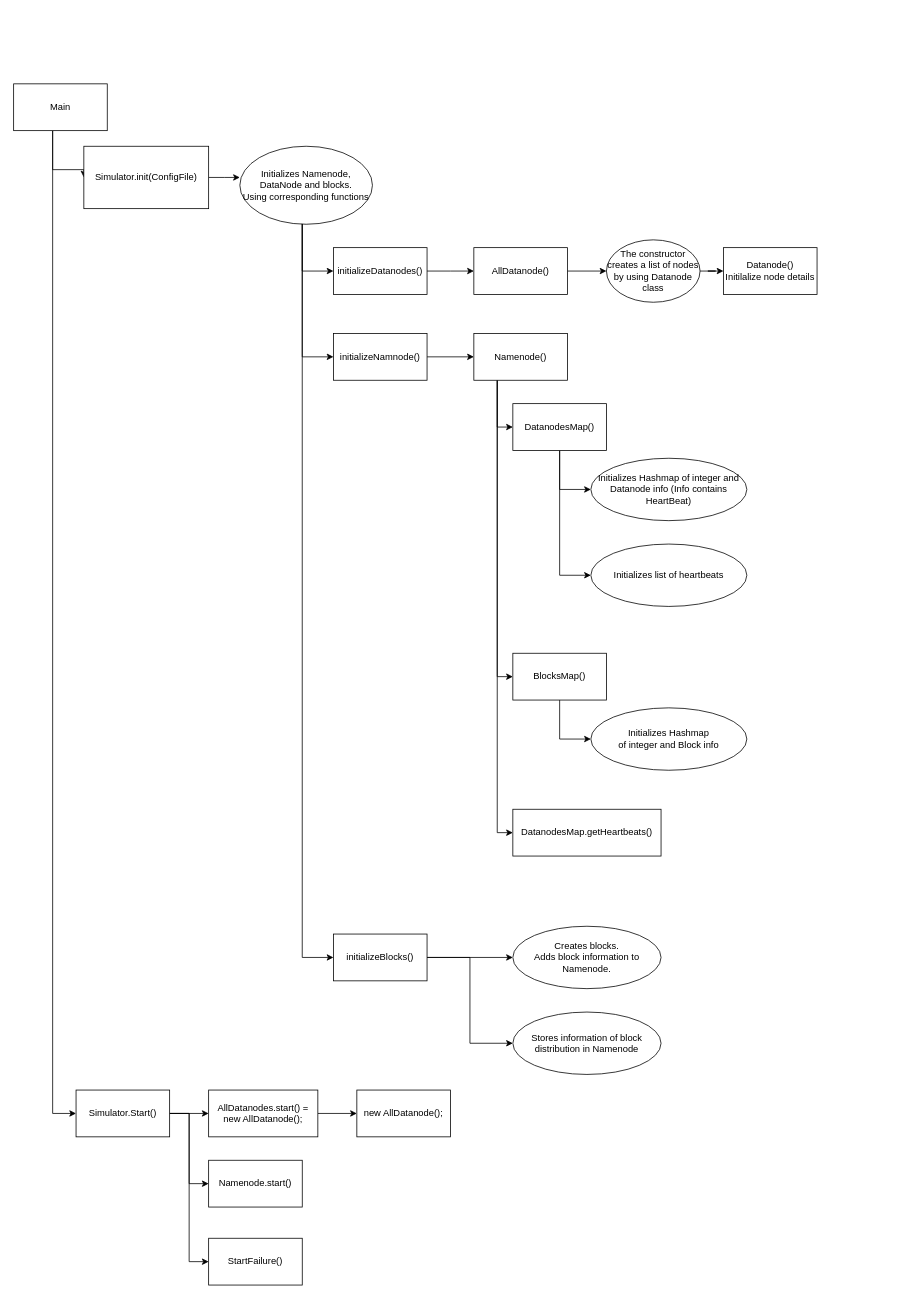
The draw.io diagram HDFS-Diagram.drawio in Gituser143/HDFS-Sim, before the edit. Source tidied: cells renumbered, new cells numbered last; positions are measured from the earlier drawing's top-left corner, leaving out a move shared by most shapes. Both pictures are drawn from the tidied source at 78%, with x=0, y=0 at pixel (13, 83).
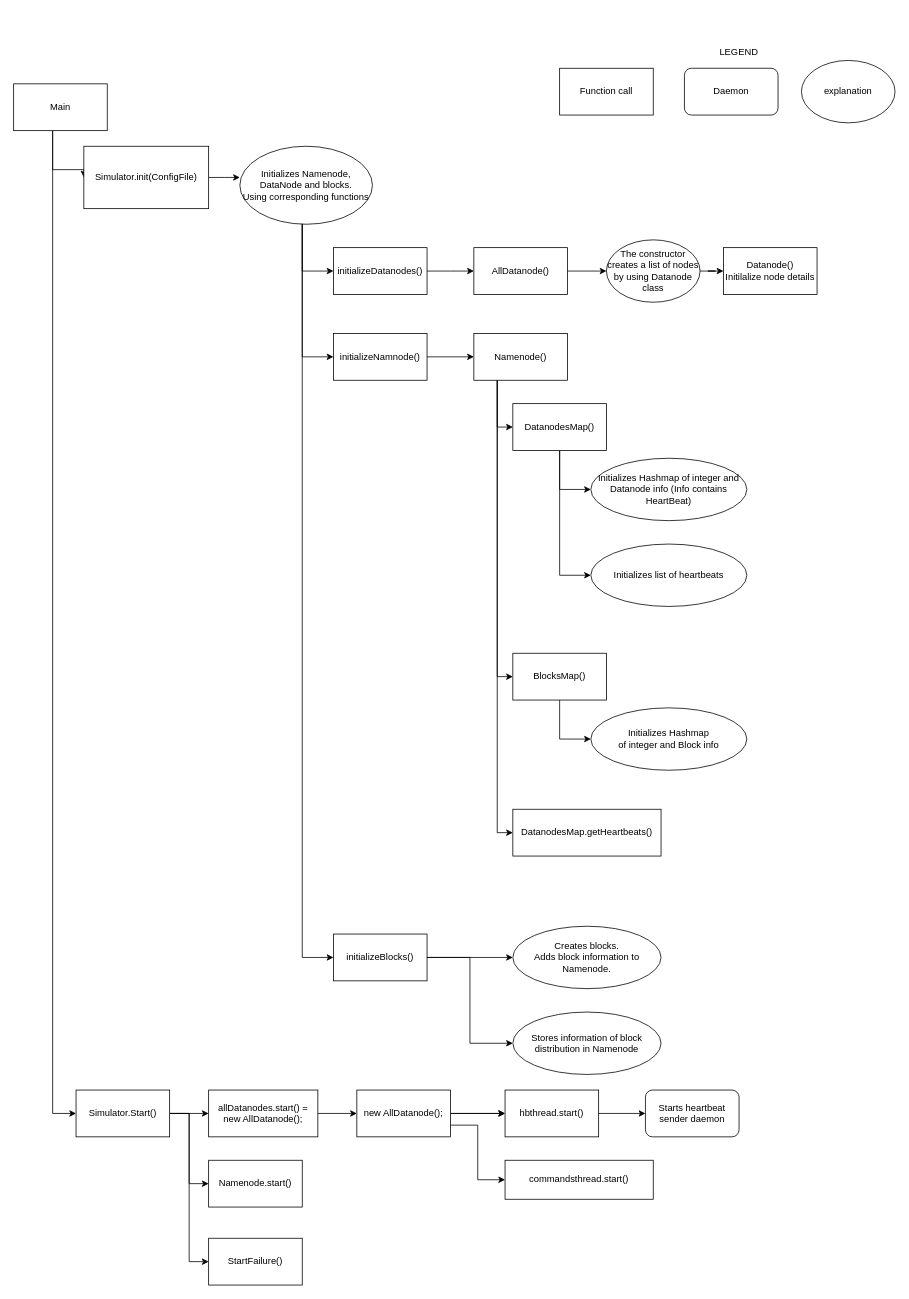
The same diagram, later.

Commit message:
Added hbthread,commandthread,etc

The change refers to these unchanged cells:
```xml
<mxCell id="13" value="new AllDatanode();" style="rounded=0;whiteSpace=wrap;html=1;" parent="1" vertex="1">
  <mxGeometry x="440" y="1290" width="120" height="60" as="geometry" />
</mxCell>
```

Change to the diagram source:
```diff
@@
-    <mxCell id="10" value="AllDatanodes.start() = new AllDatanode();" style="rounded=0;whiteSpace=wrap;html=1;" parent="1" vertex="1">
+    <mxCell id="10" value="allDatanodes.start() = new AllDatanode();" style="rounded=0;whiteSpace=wrap;html=1;" parent="1" vertex="1">
       <mxGeometry x="250" y="1290" width="140" height="60" as="geometry" />
     </mxCell>
@@
+    <mxCell id="47" style="edgeStyle=orthogonalEdgeStyle;rounded=0;jettySize=auto;html=1;exitX=1;exitY=0.5;exitDx=0;exitDy=0;" parent="1" edge="1" source="13" target="51">
+      <mxGeometry relative="1" as="geometry" />
+    </mxCell>
+    <mxCell id="48" style="edgeStyle=orthogonalEdgeStyle;rounded=0;jettySize=auto;html=1;" parent="1" edge="1" source="13" target="51">
+      <mxGeometry relative="1" as="geometry" />
+    </mxCell>
+    <mxCell id="49" style="edgeStyle=orthogonalEdgeStyle;rounded=0;jettySize=auto;html=1;exitX=1;exitY=0.75;exitDx=0;exitDy=0;entryX=0;entryY=0.5;entryDx=0;entryDy=0;" parent="1" edge="1" source="13" target="52">
+      <mxGeometry relative="1" as="geometry" />
+    </mxCell>
@@
+    <mxCell id="50" style="edgeStyle=orthogonalEdgeStyle;rounded=0;jettySize=auto;html=1;" parent="1" edge="1" source="51" target="53">
+      <mxGeometry relative="1" as="geometry" />
+    </mxCell>
+    <mxCell id="51" value="hbthread.start()" style="rounded=0;whiteSpace=wrap;html=1;" parent="1" vertex="1">
+      <mxGeometry x="630" y="1290" width="120" height="60" as="geometry" />
+    </mxCell>
+    <mxCell id="52" value="commandsthread.start()" style="rounded=0;whiteSpace=wrap;html=1;" parent="1" vertex="1">
+      <mxGeometry x="630" y="1380" width="190" height="50" as="geometry" />
+    </mxCell>
+    <mxCell id="53" value="Starts heartbeat sender daemon" style="rounded=1;whiteSpace=wrap;html=1;" parent="1" vertex="1">
+      <mxGeometry x="810" y="1290" width="120" height="60" as="geometry" />
+    </mxCell>
+    <mxCell id="54" value="Function call" style="rounded=0;whiteSpace=wrap;html=1;" parent="1" vertex="1">
+      <mxGeometry x="700" y="-20" width="120" height="60" as="geometry" />
+    </mxCell>
+    <mxCell id="55" value="Daemon" style="rounded=1;whiteSpace=wrap;html=1;" parent="1" vertex="1">
+      <mxGeometry x="860" y="-20" width="120" height="60" as="geometry" />
+    </mxCell>
+    <mxCell id="56" value="explanation" style="ellipse;whiteSpace=wrap;html=1;" parent="1" vertex="1">
+      <mxGeometry x="1010" y="-30" width="120" height="80" as="geometry" />
+    </mxCell>
+    <mxCell id="57" value="LEGEND" style="text;html=1;strokeColor=none;fillColor=none;align=center;verticalAlign=middle;whiteSpace=wrap;rounded=0;" parent="1" vertex="1">
+      <mxGeometry x="910" y="-90" width="40" height="100" as="geometry" />
+    </mxCell>
```
